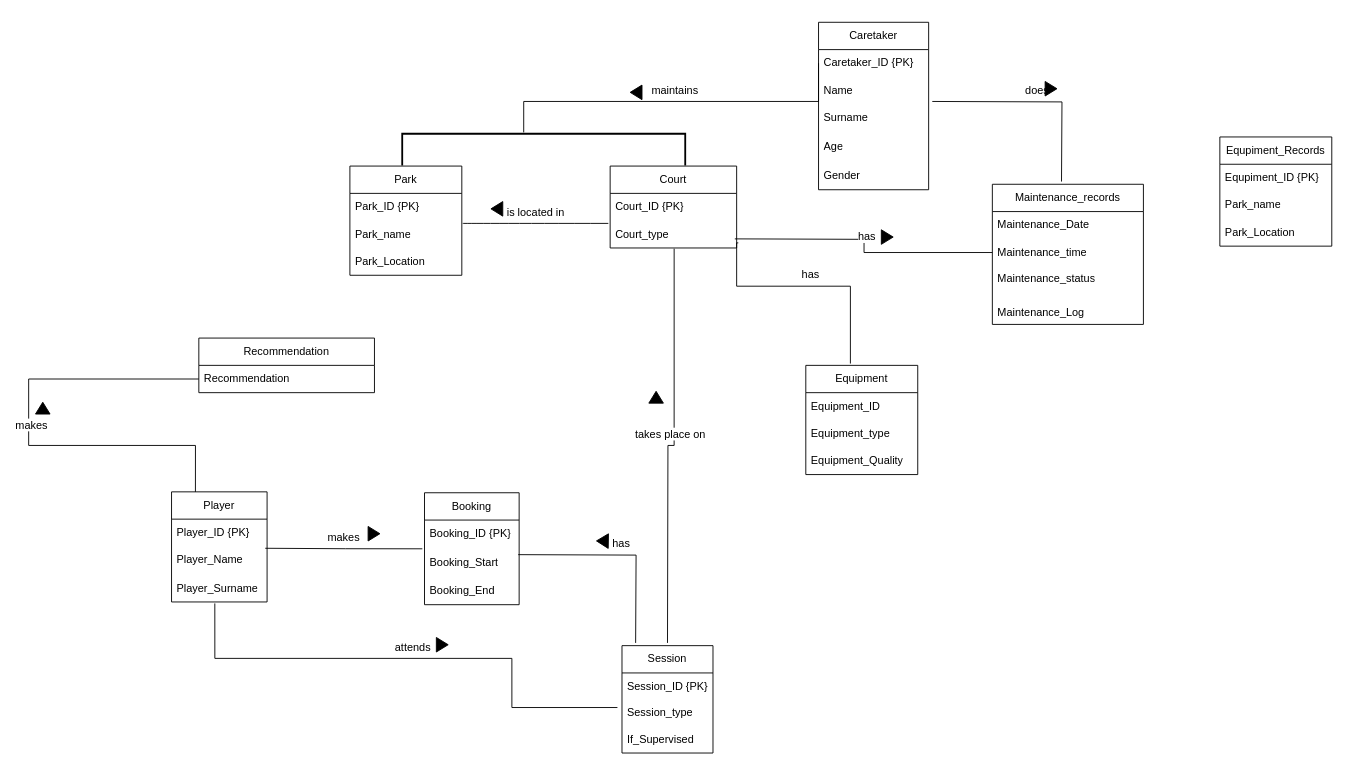
This is DB_cwk.drawio from frajdzia/DB_cwk, a draw.io file, before an edit. Source tidied: cells renumbered, new cells numbered last; positions are measured from the earlier drawing's top-left corner, leaving out a move shared by most shapes. Both pictures are drawn from the tidied source at 91%, with x=0, y=0 at pixel (28, 7).
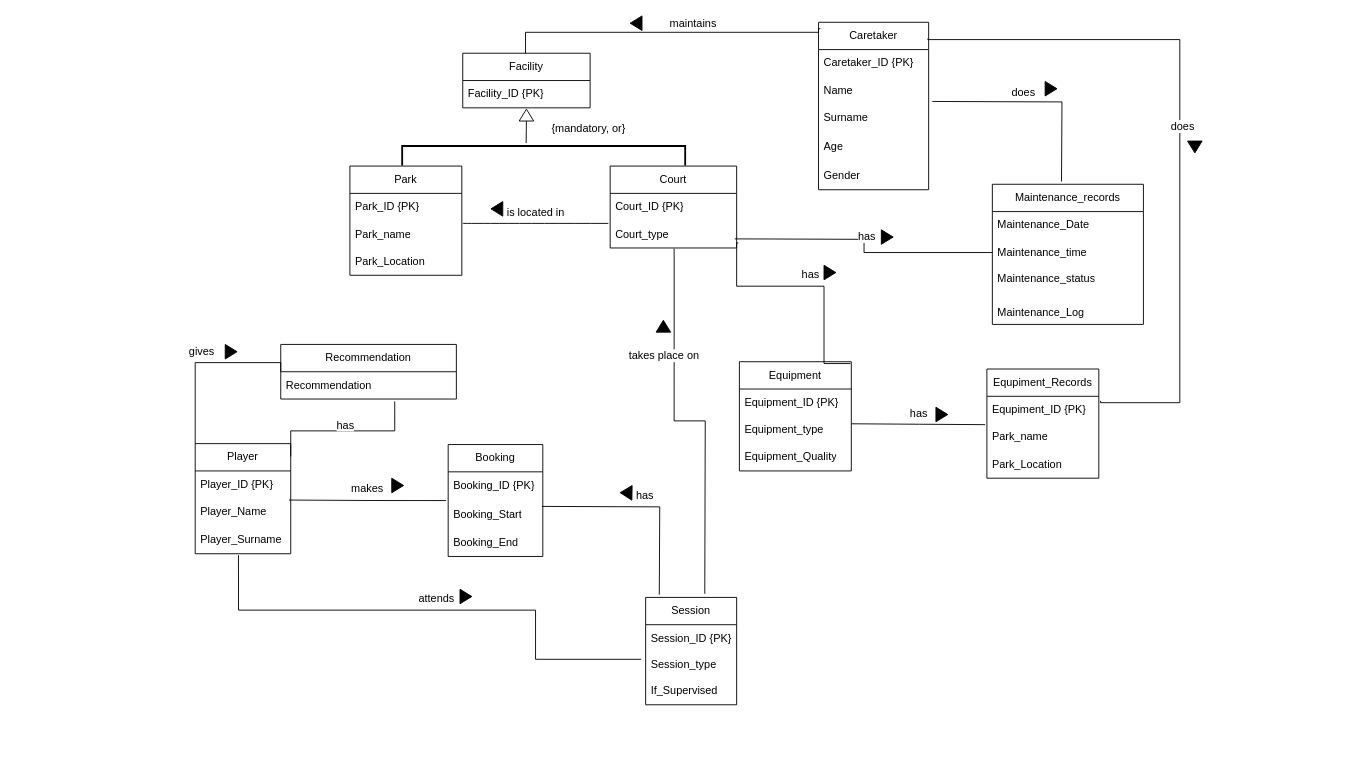
The same diagram, later.

The change refers to these unchanged cells:
```xml
<mxCell id="3" value="Caretaker_ID {PK}" style="text;strokeColor=none;fillColor=none;align=left;verticalAlign=middle;spacingLeft=4;spacingRight=4;overflow=hidden;points=[[0,0.5],[1,0.5]];portConstraint=eastwest;whiteSpace=wrap;html=1;" parent="2" vertex="1">
  <mxGeometry y="30" width="121" height="30" as="geometry" />
</mxCell>
<mxCell id="10" value="Court_type" style="text;strokeColor=none;fillColor=none;align=left;verticalAlign=middle;spacingLeft=4;spacingRight=4;overflow=hidden;points=[[0,0.5],[1,0.5]];portConstraint=eastwest;whiteSpace=wrap;html=1;" parent="8" vertex="1">
  <mxGeometry y="60" width="139" height="30" as="geometry" />
</mxCell>
<mxCell id="22" value="Player_Surname" style="text;strokeColor=none;fillColor=none;align=left;verticalAlign=middle;spacingLeft=4;spacingRight=4;overflow=hidden;points=[[0,0.5],[1,0.5]];portConstraint=eastwest;whiteSpace=wrap;html=1;" parent="19" vertex="1">
  <mxGeometry y="90" width="105" height="31" as="geometry" />
</mxCell>
<mxCell id="24" value="Recommendation&amp;nbsp;" style="text;strokeColor=none;fillColor=none;align=left;verticalAlign=middle;spacingLeft=4;spacingRight=4;overflow=hidden;points=[[0,0.5],[1,0.5]];portConstraint=eastwest;whiteSpace=wrap;html=1;" parent="23" vertex="1">
  <mxGeometry y="30" width="193" height="30" as="geometry" />
</mxCell>
<mxCell id="27" value="Booking_Start" style="text;strokeColor=none;fillColor=none;align=left;verticalAlign=middle;spacingLeft=4;spacingRight=4;overflow=hidden;points=[[0,0.5],[1,0.5]];portConstraint=eastwest;whiteSpace=wrap;html=1;" parent="25" vertex="1">
  <mxGeometry y="60" width="104" height="33" as="geometry" />
</mxCell>
<mxCell id="59" value="Equpiment_ID {PK}" style="text;strokeColor=none;fillColor=none;align=left;verticalAlign=middle;spacingLeft=4;spacingRight=4;overflow=hidden;points=[[0,0.5],[1,0.5]];portConstraint=eastwest;whiteSpace=wrap;html=1;" parent="58" vertex="1">
  <mxGeometry y="30" width="123" height="30" as="geometry" />
</mxCell>
<mxCell id="60" value="Park_name" style="text;strokeColor=none;fillColor=none;align=left;verticalAlign=middle;spacingLeft=4;spacingRight=4;overflow=hidden;points=[[0,0.5],[1,0.5]];portConstraint=eastwest;whiteSpace=wrap;html=1;" parent="58" vertex="1">
  <mxGeometry y="60" width="123" height="30" as="geometry" />
</mxCell>
```

The edit, as a diff of the source:
```diff
@@
     <mxCell id="11" value="Equipment" style="swimlane;fontStyle=0;horizontal=1;startSize=30;whiteSpace=wrap;html=1;" parent="1" vertex="1">
-      <mxGeometry x="854" y="393" width="123" height="120" as="geometry" />
+      <mxGeometry x="781" y="389" width="123" height="120" as="geometry" />
     </mxCell>
-    <mxCell id="12" value="Equipment_ID" style="text;strokeColor=none;fillColor=none;align=left;verticalAlign=middle;spacingLeft=4;spacingRight=4;overflow=hidden;whiteSpace=wrap;html=1;" parent="11" vertex="1">
+    <mxCell id="12" value="Equipment_ID {PK}" style="text;strokeColor=none;fillColor=none;align=left;verticalAlign=middle;spacingLeft=4;spacingRight=4;overflow=hidden;whiteSpace=wrap;html=1;" parent="11" vertex="1">
       <mxGeometry y="30" width="123" height="30" as="geometry" />
     </mxCell>
@@
     <mxCell id="15" value="Session" style="swimlane;fontStyle=0;horizontal=1;startSize=30;whiteSpace=wrap;html=1;" parent="1" vertex="1">
-      <mxGeometry x="652" y="701" width="100" height="118" as="geometry" />
+      <mxGeometry x="678" y="648" width="100" height="118" as="geometry" />
     </mxCell>
@@
     <mxCell id="19" value="Player" style="swimlane;fontStyle=0;horizontal=1;startSize=30;whiteSpace=wrap;html=1;" parent="1" vertex="1">
-      <mxGeometry x="157" y="532" width="105" height="121" as="geometry" />
+      <mxGeometry x="183" y="479" width="105" height="121" as="geometry" />
     </mxCell>
@@
     <mxCell id="23" value="Recommendation" style="swimlane;fontStyle=0;horizontal=1;startSize=30;whiteSpace=wrap;html=1;" parent="1" vertex="1">
-      <mxGeometry x="187" y="363" width="193" height="60" as="geometry" />
+      <mxGeometry x="277" y="370" width="193" height="60" as="geometry" />
     </mxCell>
@@
     <mxCell id="25" value="Booking" style="swimlane;fontStyle=0;horizontal=1;startSize=30;whiteSpace=wrap;html=1;" parent="1" vertex="1">
-      <mxGeometry x="435" y="533" width="104" height="123" as="geometry" />
+      <mxGeometry x="461" y="480" width="104" height="123" as="geometry" />
     </mxCell>
@@
     <mxCell id="39" value="makes" style="endArrow=none;html=1;endSize=12;startArrow=none;startSize=14;startFill=0;edgeStyle=orthogonalEdgeStyle;align=center;verticalAlign=bottom;endFill=0;rounded=0;fontSize=12;exitX=1.005;exitY=0.12;exitDx=0;exitDy=0;exitPerimeter=0;entryX=-0.023;entryY=0.048;entryDx=0;entryDy=0;entryPerimeter=0;" parent="1" edge="1" target="27">
       <mxGeometry y="3" relative="1" as="geometry">
-        <mxPoint x="260" y="594" as="sourcePoint" />
+        <mxPoint x="286" y="541" as="sourcePoint" />
       </mxGeometry>
     </mxCell>
     <mxCell id="40" style="triangle;whiteSpace=wrap;html=1;fillColor=#000000;" parent="1" vertex="1">
-      <mxGeometry x="373" y="570" width="13" height="16" as="geometry" />
+      <mxGeometry x="399" y="517" width="13" height="16" as="geometry" />
     </mxCell>
     <mxCell id="41" value="attends" style="endArrow=none;html=1;endSize=12;startArrow=none;startSize=14;startFill=0;edgeStyle=orthogonalEdgeStyle;align=center;verticalAlign=bottom;endFill=0;rounded=0;fontSize=12;exitX=0.453;exitY=1.052;exitDx=0;exitDy=0;exitPerimeter=0;" parent="1" edge="1" source="22">
       <mxGeometry y="3" relative="1" as="geometry">
-        <mxPoint x="647" y="769" as="targetPoint" />
+        <mxPoint x="673" y="716" as="targetPoint" />
         <Array as="points">
-          <mxPoint x="205" y="715" />
-          <mxPoint x="531" y="715" />
+          <mxPoint x="231" y="662" />
+          <mxPoint x="557" y="662" />
         </Array>
       </mxGeometry>
     </mxCell>
@@
     <mxCell id="43" value="takes place on" style="endArrow=none;html=1;endSize=12;startArrow=none;startSize=14;startFill=0;edgeStyle=orthogonalEdgeStyle;align=center;verticalAlign=bottom;endFill=0;rounded=0;fontSize=12;entryX=0.506;entryY=1.027;entryDx=0;entryDy=0;entryPerimeter=0;" parent="1" edge="1" target="10">
-      <mxGeometry y="3" relative="1" as="geometry">
-        <mxPoint x="702" y="698" as="sourcePoint" />
+      <mxGeometry x="0.38" y="11" relative="1" as="geometry">
+        <mxPoint x="743" y="644" as="sourcePoint" />
+        <mxPoint y="-1" as="offset" />
       </mxGeometry>
     </mxCell>
-    <mxCell id="44" value="maintains" style="endArrow=none;html=1;endSize=12;startArrow=none;startSize=14;startFill=0;edgeStyle=orthogonalEdgeStyle;align=center;verticalAlign=bottom;endFill=0;rounded=0;fontSize=12;entryX=0;entryY=0.5;entryDx=0;entryDy=0;" parent="1" edge="1" target="3">
-      <mxGeometry y="3" relative="1" as="geometry">
-        <mxPoint x="544" y="137" as="sourcePoint" />
+    <mxCell id="44" value="maintains" style="endArrow=none;html=1;endSize=12;startArrow=none;startSize=14;startFill=0;edgeStyle=orthogonalEdgeStyle;align=center;verticalAlign=bottom;endFill=0;rounded=0;fontSize=12;" parent="1" edge="1">
+      <mxGeometry x="0.21" relative="1" as="geometry">
+        <mxPoint x="544" y="61" as="sourcePoint" />
+        <mxPoint x="870" y="23" as="targetPoint" />
         <Array as="points">
-          <mxPoint x="868" y="103" />
+          <mxPoint x="546" y="61" />
+          <mxPoint x="546" y="27" />
+          <mxPoint x="868" y="27" />
+          <mxPoint x="868" y="23" />
         </Array>
       </mxGeometry>
     </mxCell>
     <mxCell id="45" value="does" style="endArrow=none;html=1;endSize=12;startArrow=none;startSize=14;startFill=0;edgeStyle=orthogonalEdgeStyle;align=center;verticalAlign=bottom;endFill=0;rounded=0;fontSize=12;" parent="1" edge="1">
-      <mxGeometry y="3" relative="1" as="geometry">
+      <mxGeometry x="-0.13" relative="1" as="geometry">
         <mxPoint x="993" y="103" as="sourcePoint" />
         <mxPoint x="1135" y="191" as="targetPoint" />
       </mxGeometry>
     </mxCell>
     <mxCell id="46" value="has" style="endArrow=none;html=1;endSize=12;startArrow=none;startSize=14;startFill=0;edgeStyle=orthogonalEdgeStyle;align=center;verticalAlign=bottom;endFill=0;rounded=0;fontSize=12;exitX=1.013;exitY=0.813;exitDx=0;exitDy=0;exitPerimeter=0;" parent="1" edge="1" source="10">
       <mxGeometry y="3" relative="1" as="geometry">
         <mxPoint x="903" y="391" as="targetPoint" />
         <Array as="points">
+          <mxPoint x="778" y="258" />
           <mxPoint x="778" y="306" />
-          <mxPoint x="903" y="306" />
+          <mxPoint x="874" y="306" />
+          <mxPoint x="874" y="391" />
         </Array>
       </mxGeometry>
     </mxCell>
-    <mxCell id="47" style="triangle;whiteSpace=wrap;html=1;fillColor=#000000;rotation=-90;" parent="1" vertex="1">
-      <mxGeometry x="683" y="420" width="13" height="16" as="geometry" />
-    </mxCell>
@@
     <mxCell id="51" style="triangle;whiteSpace=wrap;html=1;fillColor=#000000;" parent="1" vertex="1">
-      <mxGeometry x="448" y="692" width="13" height="16" as="geometry" />
+      <mxGeometry x="474" y="639" width="13" height="16" as="geometry" />
     </mxCell>
     <mxCell id="52" value="has" style="endArrow=none;html=1;endSize=12;startArrow=none;startSize=14;startFill=0;edgeStyle=orthogonalEdgeStyle;align=center;verticalAlign=bottom;endFill=0;rounded=0;fontSize=12;exitX=1.005;exitY=0.12;exitDx=0;exitDy=0;exitPerimeter=0;" parent="1" edge="1">
       <mxGeometry y="3" relative="1" as="geometry">
-        <mxPoint x="538" y="601" as="sourcePoint" />
-        <mxPoint x="667" y="698" as="targetPoint" />
+        <mxPoint x="564" y="548" as="sourcePoint" />
+        <mxPoint x="693" y="645" as="targetPoint" />
       </mxGeometry>
     </mxCell>
     <mxCell id="53" style="triangle;whiteSpace=wrap;html=1;fillColor=#000000;rotation=-179;" parent="1" vertex="1">
-      <mxGeometry x="624" y="578" width="13" height="16" as="geometry" />
+      <mxGeometry x="650" y="525" width="13" height="16" as="geometry" />
     </mxCell>
-    <mxCell id="54" value="makes" style="endArrow=none;html=1;endSize=12;startArrow=none;startSize=14;startFill=0;edgeStyle=orthogonalEdgeStyle;align=center;verticalAlign=bottom;endFill=0;rounded=0;fontSize=12;entryX=0.25;entryY=0;entryDx=0;entryDy=0;exitX=0;exitY=0.5;exitDx=0;exitDy=0;" parent="1" edge="1" source="24" target="19">
-      <mxGeometry y="3" relative="1" as="geometry">
-        <Array as="points">
-          <mxPoint y="408" />
-          <mxPoint y="481" />
-          <mxPoint x="183" y="481" />
-        </Array>
-      </mxGeometry>
-    </mxCell>
-    <mxCell id="55" style="triangle;whiteSpace=wrap;html=1;fillColor=#000000;rotation=-90;" parent="1" vertex="1">
-      <mxGeometry x="9" y="432" width="13" height="16" as="geometry" />
-    </mxCell>
     <mxCell id="56" style="strokeWidth=2;html=1;shape=mxgraph.flowchart.annotation_1;align=left;rotation=90;" parent="1" vertex="1">
-      <mxGeometry x="548.5" y="0.5" width="35" height="311" as="geometry" />
+      <mxGeometry x="555.2" y="7.2" width="21.5" height="311" as="geometry" />
     </mxCell>
     <mxCell id="57" style="triangle;whiteSpace=wrap;html=1;fillColor=#000000;rotation=-180;" parent="1" vertex="1">
-      <mxGeometry x="661" y="85" width="13" height="16" as="geometry" />
+      <mxGeometry x="661" y="9" width="13" height="16" as="geometry" />
     </mxCell>
     <mxCell id="58" value="Equpiment_Records" style="swimlane;fontStyle=0;horizontal=1;startSize=30;whiteSpace=wrap;html=1;" parent="1" vertex="1">
-      <mxGeometry x="1309" y="142" width="123" height="120" as="geometry" />
+      <mxGeometry x="1053" y="397" width="123" height="120" as="geometry" />
     </mxCell>
@@
+    <mxCell id="62" style="endArrow=none;html=1;rounded=0;exitX=-0.149;exitY=0.562;exitDx=0;exitDy=0;exitPerimeter=0;entryX=0;entryY=0.5;entryDx=0;entryDy=0;" parent="1" edge="1" source="56" target="63">
+      <mxGeometry relative="1" as="geometry" />
+    </mxCell>
+    <mxCell id="63" style="triangle;whiteSpace=wrap;html=1;rotation=-90;" parent="1" vertex="1">
+      <mxGeometry x="540.5" y="110" width="13" height="16" as="geometry" />
+    </mxCell>
+    <mxCell id="64" value="{mandatory, or}" style="text;strokeColor=none;fillColor=none;align=left;verticalAlign=middle;spacingLeft=4;spacingRight=4;overflow=hidden;whiteSpace=wrap;html=1;" parent="1" vertex="1">
+      <mxGeometry x="569" y="118" width="104" height="30" as="geometry" />
+    </mxCell>
+    <mxCell id="65" value="Facility" style="swimlane;fontStyle=0;horizontal=1;startSize=30;whiteSpace=wrap;html=1;" parent="1" vertex="1">
+      <mxGeometry x="477" y="50" width="140" height="60" as="geometry" />
+    </mxCell>
+    <mxCell id="66" value="Facility_ID {PK}" style="text;strokeColor=none;fillColor=none;align=left;verticalAlign=middle;spacingLeft=4;spacingRight=4;overflow=hidden;whiteSpace=wrap;html=1;" parent="65" vertex="1">
+      <mxGeometry y="30" width="140" height="30" as="geometry" />
+    </mxCell>
+    <mxCell id="67" value="gives" style="endArrow=none;html=1;endSize=12;startArrow=none;startSize=14;startFill=0;edgeStyle=orthogonalEdgeStyle;align=center;verticalAlign=bottom;endFill=0;rounded=0;fontSize=12;exitX=0;exitY=0;exitDx=0;exitDy=0;entryX=0;entryY=0;entryDx=0;entryDy=0;entryPerimeter=0;" parent="1" edge="1" source="19" target="24">
+      <mxGeometry x="-0.01" y="3" relative="1" as="geometry" />
+    </mxCell>
+    <mxCell id="68" style="triangle;whiteSpace=wrap;html=1;fillColor=#000000;" parent="1" vertex="1">
+      <mxGeometry x="216" y="370" width="13" height="16" as="geometry" />
+    </mxCell>
+    <mxCell id="69" value="has" style="endArrow=none;html=1;endSize=12;startArrow=none;startSize=14;startFill=0;edgeStyle=orthogonalEdgeStyle;align=center;verticalAlign=bottom;endFill=0;rounded=0;fontSize=12;exitX=0.649;exitY=1.087;exitDx=0;exitDy=0;exitPerimeter=0;" parent="1" edge="1" source="24">
+      <mxGeometry y="3" relative="1" as="geometry">
+        <mxPoint x="288" y="493" as="targetPoint" />
+        <Array as="points">
+          <mxPoint x="402" y="465" />
+          <mxPoint x="288" y="465" />
+        </Array>
+      </mxGeometry>
+    </mxCell>
+    <mxCell id="70" style="triangle;whiteSpace=wrap;html=1;fillColor=#000000;" parent="1" vertex="1">
+      <mxGeometry x="874" y="283" width="13" height="16" as="geometry" />
+    </mxCell>
+    <mxCell id="71" value="has" style="endArrow=none;html=1;endSize=12;startArrow=none;startSize=14;startFill=0;edgeStyle=orthogonalEdgeStyle;align=center;verticalAlign=bottom;endFill=0;rounded=0;fontSize=12;exitX=1.005;exitY=0.12;exitDx=0;exitDy=0;exitPerimeter=0;entryX=-0.015;entryY=0.038;entryDx=0;entryDy=0;entryPerimeter=0;" parent="1" edge="1" target="60">
+      <mxGeometry y="3" relative="1" as="geometry">
+        <mxPoint x="904" y="457.2" as="sourcePoint" />
+      </mxGeometry>
+    </mxCell>
+    <mxCell id="72" value="does" style="endArrow=none;html=1;endSize=12;startArrow=none;startSize=14;startFill=0;edgeStyle=orthogonalEdgeStyle;align=center;verticalAlign=bottom;endFill=0;rounded=0;fontSize=12;exitX=1.005;exitY=0.12;exitDx=0;exitDy=0;exitPerimeter=0;entryX=1.015;entryY=0.167;entryDx=0;entryDy=0;entryPerimeter=0;" parent="1" edge="1" target="59">
+      <mxGeometry y="3" relative="1" as="geometry">
+        <mxPoint x="988" y="34" as="sourcePoint" />
+        <Array as="points">
+          <mxPoint x="1265" y="35" />
+          <mxPoint x="1265" y="434" />
+          <mxPoint x="1178" y="434" />
+        </Array>
+      </mxGeometry>
+    </mxCell>
+    <mxCell id="73" style="triangle;whiteSpace=wrap;html=1;fillColor=#000000;rotation=90;" parent="1" vertex="1">
+      <mxGeometry x="1275" y="145" width="13" height="16" as="geometry" />
+    </mxCell>
+    <mxCell id="74" style="triangle;whiteSpace=wrap;html=1;fillColor=#000000;" parent="1" vertex="1">
+      <mxGeometry x="997" y="439" width="13" height="16" as="geometry" />
+    </mxCell>
+    <mxCell id="75" style="triangle;whiteSpace=wrap;html=1;fillColor=#000000;rotation=-90;" parent="1" vertex="1">
+      <mxGeometry x="691" y="342" width="13" height="16" as="geometry" />
+    </mxCell>
```
